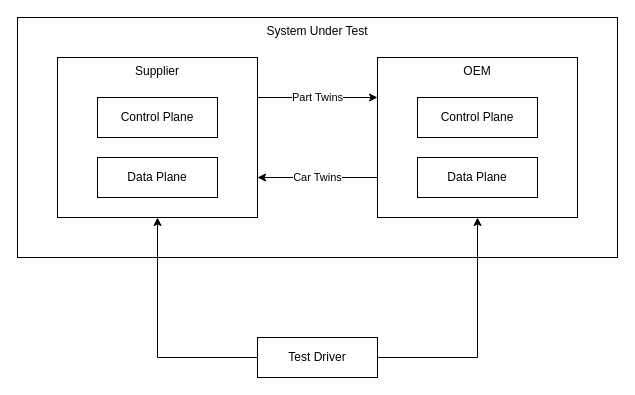
The draw.io diagram Graphics/Sources/TestSetup.drawio in alexandrudanciu/mxd-performance-evaluation, before the edit. Source tidied: cells renumbered, new cells numbered last; positions are measured from the earlier drawing's top-left corner, leaving out a move shared by most shapes. Both pictures are drawn from the tidied source at 100%, with x=0, y=0 at pixel (17, 17).
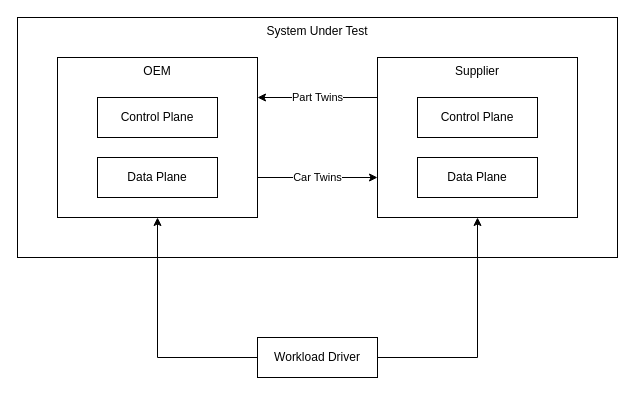
After the change.

Change to the diagram source:
```diff
@@
 <mxGraphModel>
   <root>
     <mxCell id="0" />
     <mxCell id="1" parent="0" />
     <mxCell id="2" value="System Under Test" style="rounded=0;whiteSpace=wrap;html=1;verticalAlign=top;" parent="1" vertex="1">
       <mxGeometry width="600" height="240" as="geometry" />
     </mxCell>
-    <mxCell id="3" value="Part Twins" style="edgeStyle=orthogonalEdgeStyle;rounded=0;jettySize=auto;html=1;exitX=1;exitY=0.25;exitDx=0;exitDy=0;entryX=0;entryY=0.25;entryDx=0;entryDy=0;" parent="1" edge="1" source="4" target="8">
+    <mxCell id="3" value="Part Twins" style="edgeStyle=orthogonalEdgeStyle;rounded=0;jettySize=auto;html=1;exitX=0;exitY=0.25;exitDx=0;exitDy=0;entryX=1;entryY=0.25;entryDx=0;entryDy=0;" parent="1" edge="1" source="8" target="4">
       <mxGeometry relative="1" as="geometry" />
     </mxCell>
-    <mxCell id="4" value="Supplier" style="rounded=0;whiteSpace=wrap;html=1;verticalAlign=top;" parent="1" vertex="1">
+    <mxCell id="4" value="OEM" style="rounded=0;whiteSpace=wrap;html=1;verticalAlign=top;" parent="1" vertex="1">
       <mxGeometry x="40" y="40" width="200" height="160" as="geometry" />
     </mxCell>
     <mxCell id="5" value="Control Plane" style="rounded=0;whiteSpace=wrap;html=1;" parent="1" vertex="1">
       <mxGeometry x="80" y="80" width="120" height="40" as="geometry" />
     </mxCell>
     <mxCell id="6" value="Data Plane" style="rounded=0;whiteSpace=wrap;html=1;" parent="1" vertex="1">
       <mxGeometry x="80" y="140" width="120" height="40" as="geometry" />
     </mxCell>
-    <mxCell id="7" value="Car Twins" style="edgeStyle=orthogonalEdgeStyle;rounded=0;jettySize=auto;html=1;entryX=1;entryY=0.75;entryDx=0;entryDy=0;exitX=0;exitY=0.75;exitDx=0;exitDy=0;" parent="1" edge="1" source="8" target="4">
+    <mxCell id="7" value="Car Twins" style="edgeStyle=orthogonalEdgeStyle;rounded=0;jettySize=auto;html=1;exitX=1;exitY=0.75;exitDx=0;exitDy=0;entryX=0;entryY=0.75;entryDx=0;entryDy=0;" parent="1" edge="1" source="4" target="8">
       <mxGeometry relative="1" as="geometry" />
     </mxCell>
-    <mxCell id="8" value="OEM" style="rounded=0;whiteSpace=wrap;html=1;verticalAlign=top;" parent="1" vertex="1">
+    <mxCell id="8" value="Supplier" style="rounded=0;whiteSpace=wrap;html=1;verticalAlign=top;" parent="1" vertex="1">
       <mxGeometry x="360" y="40" width="200" height="160" as="geometry" />
     </mxCell>
     <mxCell id="9" value="Control Plane" style="rounded=0;whiteSpace=wrap;html=1;" parent="1" vertex="1">
       <mxGeometry x="400" y="80" width="120" height="40" as="geometry" />
     </mxCell>
     <mxCell id="10" value="Data Plane" style="rounded=0;whiteSpace=wrap;html=1;" parent="1" vertex="1">
       <mxGeometry x="400" y="140" width="120" height="40" as="geometry" />
     </mxCell>
     <mxCell id="11" style="edgeStyle=orthogonalEdgeStyle;rounded=0;jettySize=auto;html=1;entryX=0.5;entryY=1;entryDx=0;entryDy=0;exitX=0;exitY=0.5;exitDx=0;exitDy=0;" parent="1" edge="1" source="13" target="4">
       <mxGeometry relative="1" as="geometry" />
     </mxCell>
     <mxCell id="12" style="edgeStyle=orthogonalEdgeStyle;rounded=0;jettySize=auto;html=1;entryX=0.5;entryY=1;entryDx=0;entryDy=0;exitX=1;exitY=0.5;exitDx=0;exitDy=0;" parent="1" edge="1" source="13" target="8">
       <mxGeometry relative="1" as="geometry" />
     </mxCell>
-    <mxCell id="13" value="Test Driver" style="rounded=0;whiteSpace=wrap;html=1;verticalAlign=middle;" parent="1" vertex="1">
+    <mxCell id="13" value="Workload Driver" style="rounded=0;whiteSpace=wrap;html=1;verticalAlign=middle;" parent="1" vertex="1">
       <mxGeometry x="240" y="320" width="120" height="40" as="geometry" />
     </mxCell>
   </root>
 </mxGraphModel>
```
